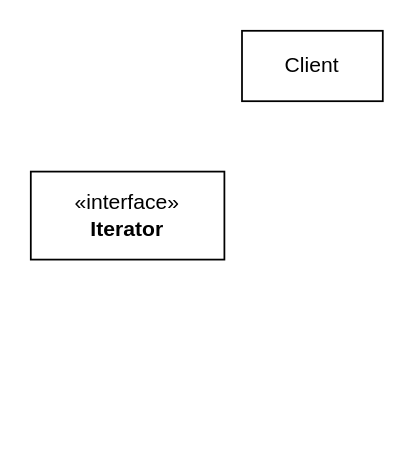
zhouyuming/MyNotes keeps this draw.io diagram as 设计模式/C语言设计模式/迭代器模式.drawio. Above is the earlier version. Source tidied: cells renumbered, new cells numbered last; positions are measured from the earlier drawing's top-left corner, leaving out a move shared by most shapes. Both pictures are drawn from the tidied source at 176%, with x=0, y=0 at pixel (30, 30).
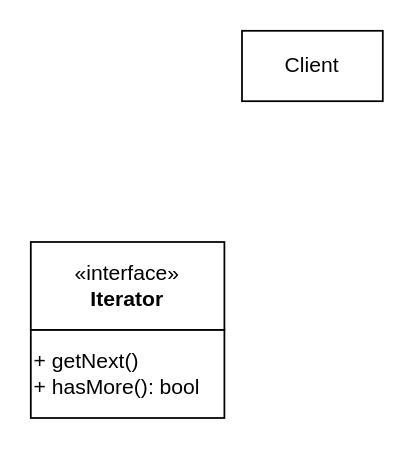
Above is the later version.

Commit message (it also covers changes not shown here):
更新迭代器模式.drawio

Change to the diagram source:
```diff
@@
 <mxGraphModel>
   <root>
     <mxCell id="0" />
     <mxCell id="1" parent="0" />
     <mxCell id="2" value="Client" style="html=1;whiteSpace=wrap;" parent="1" vertex="1">
       <mxGeometry x="120" width="80" height="40" as="geometry" />
     </mxCell>
+    <mxCell id="4" style="group;" parent="1" vertex="1">
+      <mxGeometry y="120" width="110" height="100" as="geometry" />
+    </mxCell>
-    <mxCell id="3" value="«interface»&lt;br&gt;&lt;b&gt;Iterator&lt;/b&gt;" style="html=1;whiteSpace=wrap;" parent="1" vertex="1">
-      <mxGeometry y="80" width="110" height="50" as="geometry" />
+    <mxCell id="3" value="«interface»&lt;br&gt;&lt;b&gt;Iterator&lt;/b&gt;" style="html=1;whiteSpace=wrap;" parent="4" vertex="1">
+      <mxGeometry width="110" height="50" as="geometry" />
     </mxCell>
+    <mxCell id="5" value="+ getNext()&lt;div&gt;+ hasMore(): bool&lt;/div&gt;" style="html=1;whiteSpace=wrap;align=left;" parent="4" vertex="1">
+      <mxGeometry y="50" width="110" height="50" as="geometry" />
+    </mxCell>
   </root>
 </mxGraphModel>
```
